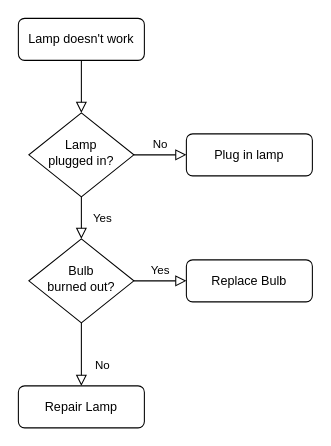
The draw.io diagram 未命名绘图.drawio in wengjunwei/myDraw, before the edit. Source tidied: cells renumbered, new cells numbered last; positions are measured from the earlier drawing's top-left corner, leaving out a move shared by most shapes. Both pictures are drawn from the tidied source at 105%, with x=0, y=0 at pixel (18, 18).
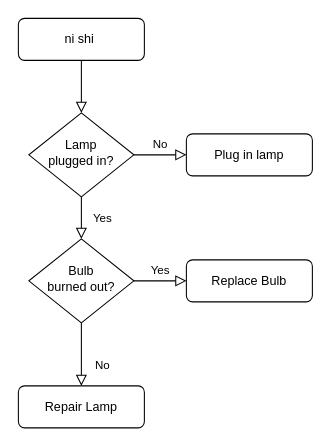
The same diagram, later.

Commit message:
创建活动流程图.drawio

The edit, as a diff of the source:
```diff
@@
 <mxGraphModel>
   <root>
     <mxCell id="0" />
     <mxCell id="1" parent="0" />
     <mxCell id="2" style="rounded=0;html=1;jettySize=auto;fontSize=11;endArrow=block;endFill=0;endSize=8;strokeWidth=1;shadow=0;labelBackgroundColor=none;edgeStyle=orthogonalEdgeStyle;" parent="1" edge="1" source="3" target="6">
       <mxGeometry relative="1" as="geometry" />
     </mxCell>
-    <mxCell id="3" value="Lamp doesn't work" style="rounded=1;whiteSpace=wrap;html=1;fontSize=12;glass=0;strokeWidth=1;shadow=0;" parent="1" vertex="1">
+    <mxCell id="3" value="ni shi&amp;nbsp;" style="rounded=1;whiteSpace=wrap;html=1;fontSize=12;glass=0;strokeWidth=1;shadow=0;" parent="1" vertex="1">
       <mxGeometry width="120" height="40" as="geometry" />
     </mxCell>
     <mxCell id="4" value="Yes" style="rounded=0;html=1;jettySize=auto;fontSize=11;endArrow=block;endFill=0;endSize=8;strokeWidth=1;shadow=0;labelBackgroundColor=none;edgeStyle=orthogonalEdgeStyle;" parent="1" edge="1" source="6" target="10">
       <mxGeometry y="20" relative="1" as="geometry" />
     </mxCell>
     <mxCell id="5" value="No" style="edgeStyle=orthogonalEdgeStyle;rounded=0;html=1;jettySize=auto;fontSize=11;endArrow=block;endFill=0;endSize=8;strokeWidth=1;shadow=0;labelBackgroundColor=none;" parent="1" edge="1" source="6" target="7">
       <mxGeometry y="10" relative="1" as="geometry" />
     </mxCell>
     <mxCell id="6" value="Lamp&lt;br&gt;plugged in?" style="rhombus;whiteSpace=wrap;html=1;shadow=0;fontFamily=Helvetica;fontSize=12;align=center;strokeWidth=1;spacing=6;spacingTop=-4;" parent="1" vertex="1">
       <mxGeometry x="10" y="90" width="100" height="80" as="geometry" />
     </mxCell>
     <mxCell id="7" value="Plug in lamp" style="rounded=1;whiteSpace=wrap;html=1;fontSize=12;glass=0;strokeWidth=1;shadow=0;" parent="1" vertex="1">
       <mxGeometry x="160" y="110" width="120" height="40" as="geometry" />
     </mxCell>
     <mxCell id="8" value="No" style="rounded=0;html=1;jettySize=auto;fontSize=11;endArrow=block;endFill=0;endSize=8;strokeWidth=1;shadow=0;labelBackgroundColor=none;edgeStyle=orthogonalEdgeStyle;" parent="1" edge="1" source="10" target="11">
       <mxGeometry x="0.33" y="20" relative="1" as="geometry" />
     </mxCell>
     <mxCell id="9" value="Yes" style="edgeStyle=orthogonalEdgeStyle;rounded=0;html=1;jettySize=auto;fontSize=11;endArrow=block;endFill=0;endSize=8;strokeWidth=1;shadow=0;labelBackgroundColor=none;" parent="1" edge="1" source="10" target="12">
       <mxGeometry y="10" relative="1" as="geometry" />
     </mxCell>
     <mxCell id="10" value="Bulb&lt;br&gt;burned out?" style="rhombus;whiteSpace=wrap;html=1;shadow=0;fontFamily=Helvetica;fontSize=12;align=center;strokeWidth=1;spacing=6;spacingTop=-4;" parent="1" vertex="1">
       <mxGeometry x="10" y="210" width="100" height="80" as="geometry" />
     </mxCell>
     <mxCell id="11" value="Repair Lamp" style="rounded=1;whiteSpace=wrap;html=1;fontSize=12;glass=0;strokeWidth=1;shadow=0;" parent="1" vertex="1">
       <mxGeometry y="350" width="120" height="40" as="geometry" />
     </mxCell>
     <mxCell id="12" value="Replace Bulb" style="rounded=1;whiteSpace=wrap;html=1;fontSize=12;glass=0;strokeWidth=1;shadow=0;" parent="1" vertex="1">
       <mxGeometry x="160" y="230" width="120" height="40" as="geometry" />
     </mxCell>
   </root>
 </mxGraphModel>
```
